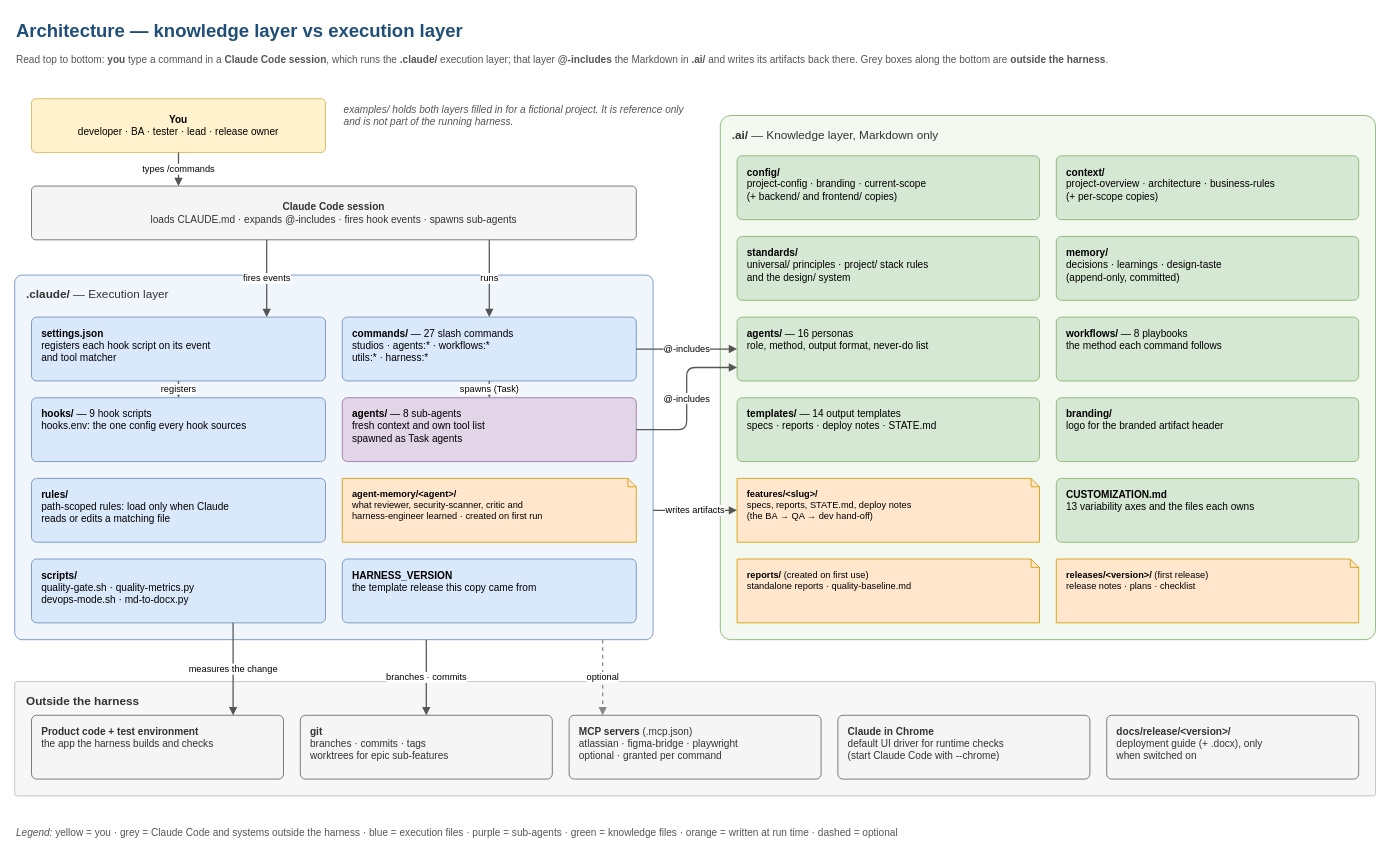
The draw.io diagram page "1 Architecture" (1 of 12) of docs/harness-docs/diagrams/ai-dev-harness/ai-dev-harness.drawio in absjabed/ai-dev-harness, before the edit. Source tidied: cells renumbered, new cells numbered last; positions are measured from the earlier drawing's top-left corner, leaving out a move shared by most shapes. Both pictures are drawn from the tidied source at 84%, with x=0, y=0 at pixel (14, 14).
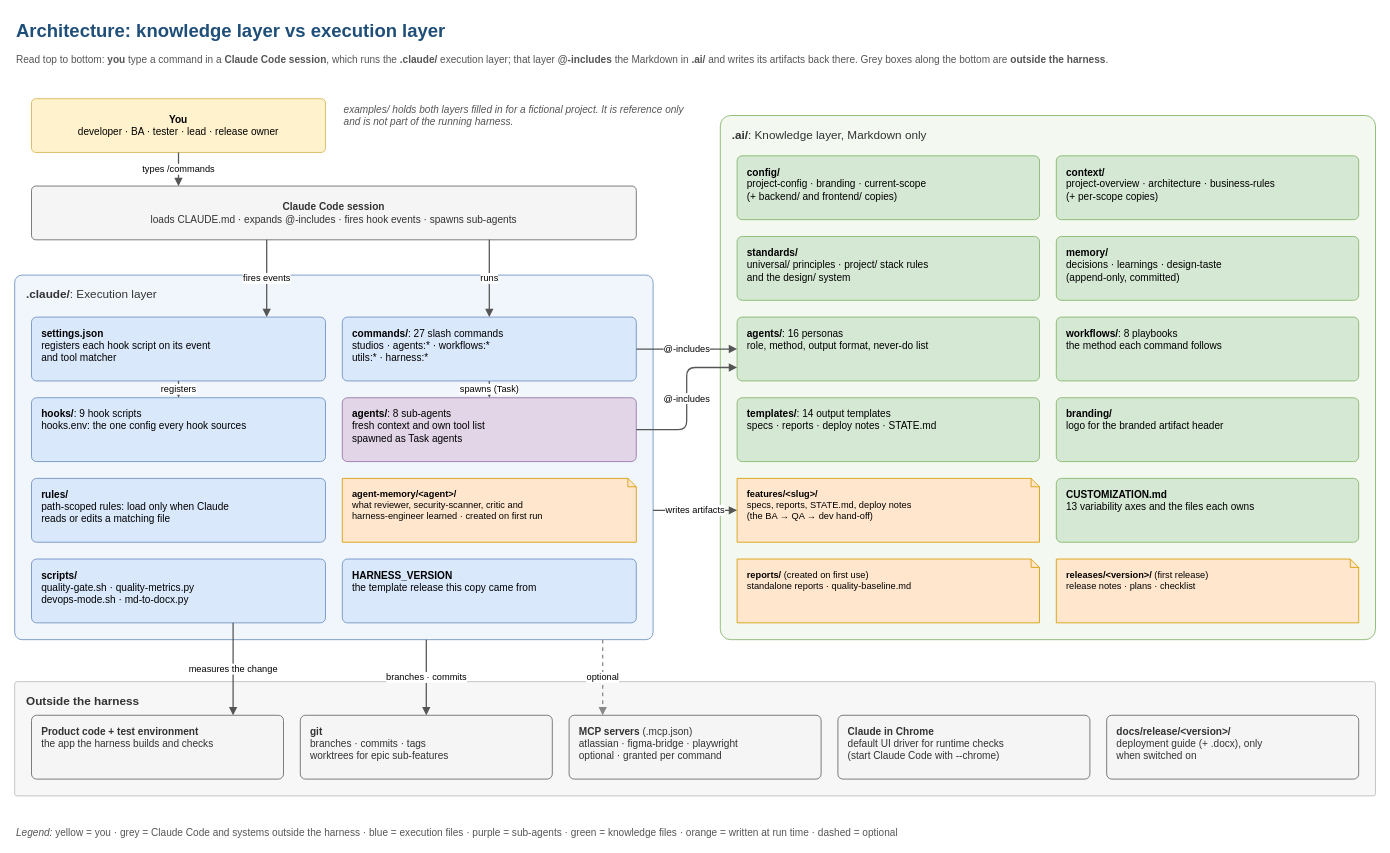
After the change.

Change to the diagram source:
```diff
@@
-    <mxCell id="2" value="Architecture — knowledge layer vs execution layer" style="text;fontSize=22;fontStyle=1;fontColor=#1f4e79;align=left;verticalAlign=middle;strokeColor=none;fillColor=none;html=1;whiteSpace=wrap;fontFamily=Helvetica;" parent="1" vertex="1">
+    <mxCell id="2" value="Architecture: knowledge layer vs execution layer" style="text;fontSize=22;fontStyle=1;fontColor=#1f4e79;align=left;verticalAlign=middle;strokeColor=none;fillColor=none;html=1;whiteSpace=wrap;fontFamily=Helvetica;" parent="1" vertex="1">
       <mxGeometry width="1200" height="40" as="geometry" />
     </mxCell>
@@
-    <mxCell id="7" value="&lt;b&gt;.claude/&lt;/b&gt; — Execution layer" style="rounded=1;arcSize=2;verticalAlign=top;align=left;spacingLeft=12;spacingTop=8;fontSize=14;fillColor=#f0f6fc;strokeColor=#6c8ebf;fontColor=#333333;html=1;whiteSpace=wrap;fontFamily=Helvetica;" parent="1" vertex="1">
+    <mxCell id="7" value="&lt;b&gt;.claude/&lt;/b&gt;: Execution layer" style="rounded=1;arcSize=2;verticalAlign=top;align=left;spacingLeft=12;spacingTop=8;fontSize=14;fillColor=#f0f6fc;strokeColor=#6c8ebf;fontColor=#333333;html=1;whiteSpace=wrap;fontFamily=Helvetica;" parent="1" vertex="1">
       <mxGeometry y="310" width="760" height="434" as="geometry" />
     </mxCell>
-    <mxCell id="8" value="&lt;b&gt;.ai/&lt;/b&gt; — Knowledge layer, Markdown only" style="rounded=1;arcSize=2;verticalAlign=top;align=left;spacingLeft=12;spacingTop=8;fontSize=14;fillColor=#f3f9f1;strokeColor=#82b366;fontColor=#333333;html=1;whiteSpace=wrap;fontFamily=Helvetica;" parent="1" vertex="1">
+    <mxCell id="8" value="&lt;b&gt;.ai/&lt;/b&gt;: Knowledge layer, Markdown only" style="rounded=1;arcSize=2;verticalAlign=top;align=left;spacingLeft=12;spacingTop=8;fontSize=14;fillColor=#f3f9f1;strokeColor=#82b366;fontColor=#333333;html=1;whiteSpace=wrap;fontFamily=Helvetica;" parent="1" vertex="1">
       <mxGeometry x="840" y="120" width="780" height="624" as="geometry" />
     </mxCell>
@@
-    <mxCell id="10" value="&lt;b&gt;commands/&lt;/b&gt; — 27 slash commands&lt;br&gt;studios · agents:* · workflows:*&lt;br&gt;utils:* · harness:*" style="rounded=1;arcSize=8;fillColor=#dae8fc;strokeColor=#6c8ebf;fontSize=12;html=1;whiteSpace=wrap;fontFamily=Helvetica;align=left;verticalAlign=top;spacingLeft=10;spacingTop=6;spacingRight=6;" parent="1" vertex="1">
+    <mxCell id="10" value="&lt;b&gt;commands/&lt;/b&gt;: 27 slash commands&lt;br&gt;studios · agents:* · workflows:*&lt;br&gt;utils:* · harness:*" style="rounded=1;arcSize=8;fillColor=#dae8fc;strokeColor=#6c8ebf;fontSize=12;html=1;whiteSpace=wrap;fontFamily=Helvetica;align=left;verticalAlign=top;spacingLeft=10;spacingTop=6;spacingRight=6;" parent="1" vertex="1">
       <mxGeometry x="390" y="360" width="350" height="76" as="geometry" />
     </mxCell>
-    <mxCell id="11" value="&lt;b&gt;hooks/&lt;/b&gt; — 9 hook scripts&lt;br&gt;hooks.env: the one config every hook sources" style="rounded=1;arcSize=8;fillColor=#dae8fc;strokeColor=#6c8ebf;fontSize=12;html=1;whiteSpace=wrap;fontFamily=Helvetica;align=left;verticalAlign=top;spacingLeft=10;spacingTop=6;spacingRight=6;" parent="1" vertex="1">
+    <mxCell id="11" value="&lt;b&gt;hooks/&lt;/b&gt;: 9 hook scripts&lt;br&gt;hooks.env: the one config every hook sources" style="rounded=1;arcSize=8;fillColor=#dae8fc;strokeColor=#6c8ebf;fontSize=12;html=1;whiteSpace=wrap;fontFamily=Helvetica;align=left;verticalAlign=top;spacingLeft=10;spacingTop=6;spacingRight=6;" parent="1" vertex="1">
       <mxGeometry x="20" y="456" width="350" height="76" as="geometry" />
     </mxCell>
-    <mxCell id="12" value="&lt;b&gt;agents/&lt;/b&gt; — 8 sub-agents&lt;br&gt;fresh context and own tool list&lt;br&gt;spawned as Task agents" style="rounded=1;arcSize=8;fillColor=#e1d5e7;strokeColor=#9673a6;fontSize=12;html=1;whiteSpace=wrap;fontFamily=Helvetica;align=left;verticalAlign=top;spacingLeft=10;spacingTop=6;spacingRight=6;" parent="1" vertex="1">
+    <mxCell id="12" value="&lt;b&gt;agents/&lt;/b&gt;: 8 sub-agents&lt;br&gt;fresh context and own tool list&lt;br&gt;spawned as Task agents" style="rounded=1;arcSize=8;fillColor=#e1d5e7;strokeColor=#9673a6;fontSize=12;html=1;whiteSpace=wrap;fontFamily=Helvetica;align=left;verticalAlign=top;spacingLeft=10;spacingTop=6;spacingRight=6;" parent="1" vertex="1">
       <mxGeometry x="390" y="456" width="350" height="76" as="geometry" />
     </mxCell>
@@
-    <mxCell id="21" value="&lt;b&gt;agents/&lt;/b&gt; — 16 personas&lt;br&gt;role, method, output format, never-do list" style="rounded=1;arcSize=8;fillColor=#d5e8d4;strokeColor=#82b366;fontSize=12;html=1;whiteSpace=wrap;fontFamily=Helvetica;align=left;verticalAlign=top;spacingLeft=10;spacingTop=6;spacingRight=6;" parent="1" vertex="1">
+    <mxCell id="21" value="&lt;b&gt;agents/&lt;/b&gt;: 16 personas&lt;br&gt;role, method, output format, never-do list" style="rounded=1;arcSize=8;fillColor=#d5e8d4;strokeColor=#82b366;fontSize=12;html=1;whiteSpace=wrap;fontFamily=Helvetica;align=left;verticalAlign=top;spacingLeft=10;spacingTop=6;spacingRight=6;" parent="1" vertex="1">
       <mxGeometry x="860" y="360" width="360" height="76" as="geometry" />
     </mxCell>
-    <mxCell id="22" value="&lt;b&gt;workflows/&lt;/b&gt; — 8 playbooks&lt;br&gt;the method each command follows" style="rounded=1;arcSize=8;fillColor=#d5e8d4;strokeColor=#82b366;fontSize=12;html=1;whiteSpace=wrap;fontFamily=Helvetica;align=left;verticalAlign=top;spacingLeft=10;spacingTop=6;spacingRight=6;" parent="1" vertex="1">
+    <mxCell id="22" value="&lt;b&gt;workflows/&lt;/b&gt;: 8 playbooks&lt;br&gt;the method each command follows" style="rounded=1;arcSize=8;fillColor=#d5e8d4;strokeColor=#82b366;fontSize=12;html=1;whiteSpace=wrap;fontFamily=Helvetica;align=left;verticalAlign=top;spacingLeft=10;spacingTop=6;spacingRight=6;" parent="1" vertex="1">
       <mxGeometry x="1240" y="360" width="360" height="76" as="geometry" />
     </mxCell>
-    <mxCell id="23" value="&lt;b&gt;templates/&lt;/b&gt; — 14 output templates&lt;br&gt;specs · reports · deploy notes · STATE.md" style="rounded=1;arcSize=8;fillColor=#d5e8d4;strokeColor=#82b366;fontSize=12;html=1;whiteSpace=wrap;fontFamily=Helvetica;align=left;verticalAlign=top;spacingLeft=10;spacingTop=6;spacingRight=6;" parent="1" vertex="1">
+    <mxCell id="23" value="&lt;b&gt;templates/&lt;/b&gt;: 14 output templates&lt;br&gt;specs · reports · deploy notes · STATE.md" style="rounded=1;arcSize=8;fillColor=#d5e8d4;strokeColor=#82b366;fontSize=12;html=1;whiteSpace=wrap;fontFamily=Helvetica;align=left;verticalAlign=top;spacingLeft=10;spacingTop=6;spacingRight=6;" parent="1" vertex="1">
       <mxGeometry x="860" y="456" width="360" height="76" as="geometry" />
     </mxCell>
```
